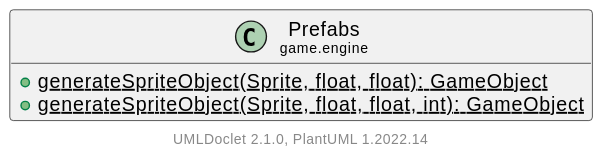
Earlier version of the PlantUML export doc/javadoc/game/engine/Prefabs.svg (Hirschiii/JavaGameEngine).
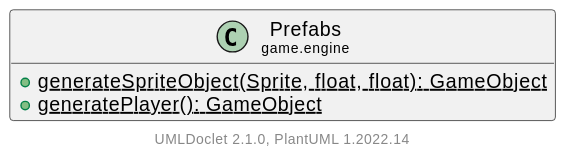
Later version of the same file.

Change to the diagram source:
```diff
@@ -5,7 +5,7 @@
 
     class "<size:14>Prefabs\n<size:10>game.engine" as game.engine.Prefabs [[Prefabs.html]] {
         {static} +generateSpriteObject(Sprite, float, float): GameObject
-        {static} +generateSpriteObject(Sprite, float, float, int): GameObject
+        {static} +generatePlayer(): GameObject
     }
 
     center footer UMLDoclet 2.1.0, PlantUML %version()
```
